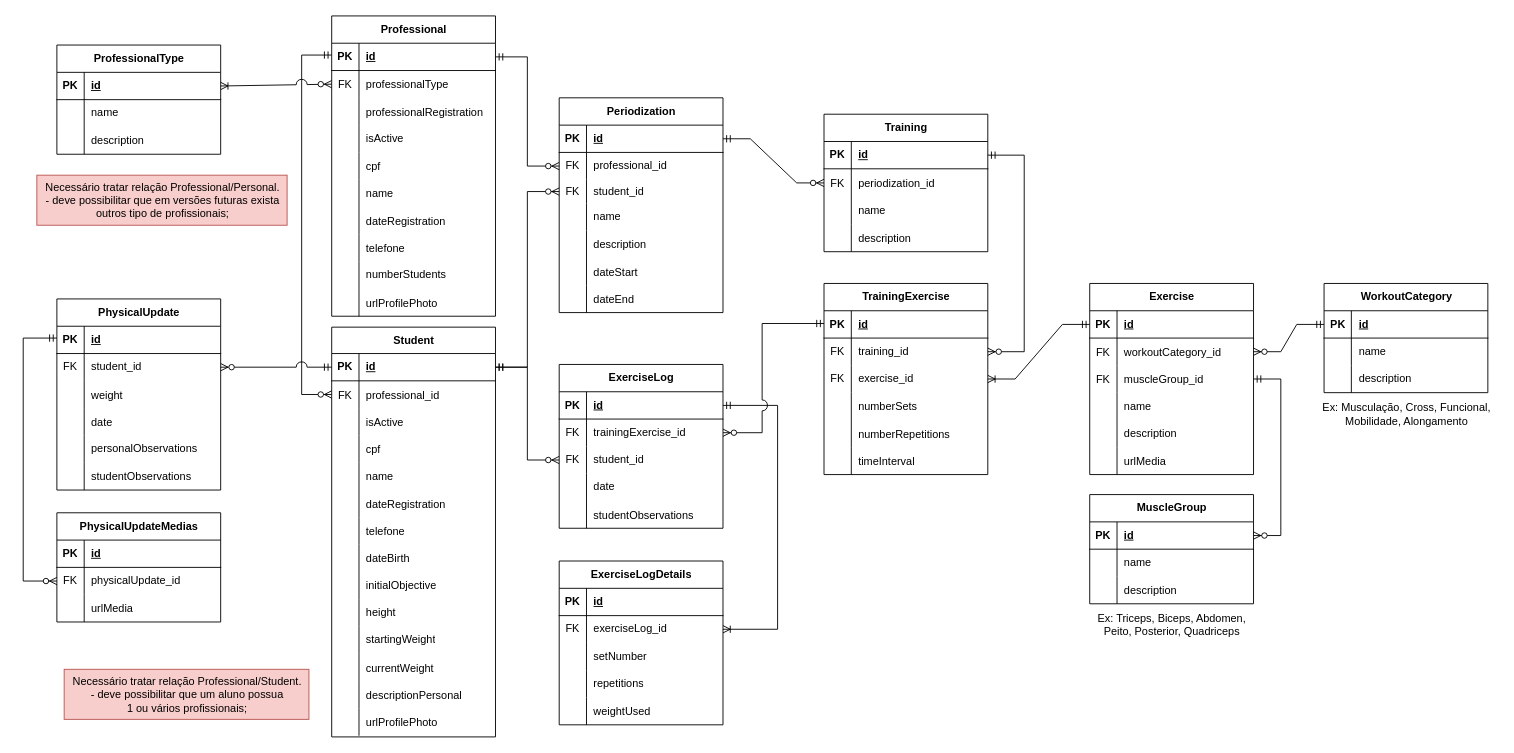
GubioGarcia/Training keeps this draw.io diagram as Docs/Diagrams/ER-v2.drawio. Above is the earlier version. Source tidied: cells renumbered, new cells numbered last; positions are measured from the earlier drawing's top-left corner, leaving out a move shared by most shapes. Both pictures are drawn from the tidied source at 91%, with x=0, y=0 at pixel (23, 15).
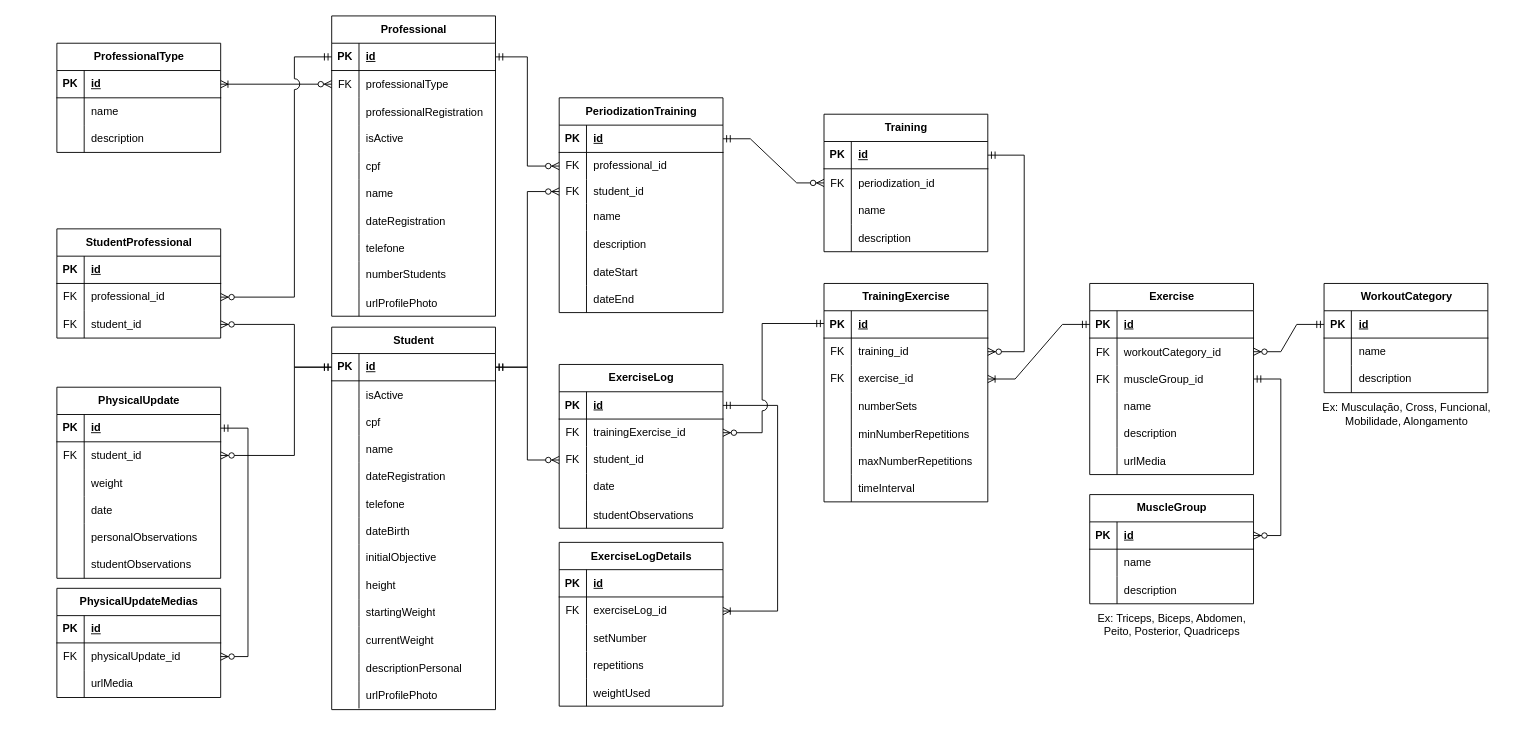
Above is the later version.

Commit message (it also covers changes not shown here):
docs: ER v2 Update - indicação de relação n:n Professional/Student

The change refers to these unchanged cells:
```xml
<mxCell id="3" style="shape=tableRow;horizontal=0;startSize=0;swimlaneHead=0;swimlaneBody=0;fillColor=none;points=[[0,0.5],[1,0.5]];portConstraint=eastwest;top=0;left=0;right=0;bottom=1;" parent="2" vertex="1">
  <mxGeometry y="30" width="180" height="30" as="geometry" />
</mxCell>
<mxCell id="6" style="shape=tableRow;horizontal=0;startSize=0;swimlaneHead=0;swimlaneBody=0;fillColor=none;points=[[0,0.5],[1,0.5]];portConstraint=eastwest;top=0;left=0;right=0;bottom=0;" parent="2" vertex="1">
  <mxGeometry y="60" width="180" height="30" as="geometry" />
</mxCell>
<mxCell id="34" style="shape=tableRow;horizontal=0;startSize=0;swimlaneHead=0;swimlaneBody=0;fillColor=none;points=[[0,0.5],[1,0.5]];portConstraint=eastwest;top=0;left=0;right=0;bottom=1;" parent="33" vertex="1">
  <mxGeometry y="29" width="180" height="30" as="geometry" />
</mxCell>
<mxCell id="144" style="shape=tableRow;horizontal=0;startSize=0;swimlaneHead=0;swimlaneBody=0;fillColor=none;top=0;left=0;right=0;bottom=0;" parent="131" vertex="1">
  <mxGeometry y="150" width="180" height="30" as="geometry" />
</mxCell>
<mxCell id="154" style="shape=tableRow;horizontal=0;startSize=0;swimlaneHead=0;swimlaneBody=0;fillColor=none;points=[[0,0.5],[1,0.5]];portConstraint=eastwest;top=0;left=0;right=0;bottom=1;" parent="153" vertex="1">
  <mxGeometry y="30" width="180" height="30" as="geometry" />
</mxCell>
<mxCell id="174" style="shape=tableRow;horizontal=0;startSize=0;swimlaneHead=0;swimlaneBody=0;fillColor=none;points=[[0,0.5],[1,0.5]];portConstraint=eastwest;top=0;left=0;right=0;bottom=0;" parent="170" vertex="1">
  <mxGeometry y="60" width="180" height="30" as="geometry" />
</mxCell>
<mxCell id="215" style="shape=tableRow;horizontal=0;startSize=0;swimlaneHead=0;swimlaneBody=0;fillColor=none;points=[[0,0.5],[1,0.5]];portConstraint=eastwest;top=0;left=0;right=0;bottom=1;" parent="214" vertex="1">
  <mxGeometry y="30" width="180" height="30" as="geometry" />
</mxCell>
<mxCell id="218" style="shape=tableRow;horizontal=0;startSize=0;swimlaneHead=0;swimlaneBody=0;fillColor=none;points=[[0,0.5],[1,0.5]];portConstraint=eastwest;top=0;left=0;right=0;bottom=0;" parent="214" vertex="1">
  <mxGeometry y="60" width="180" height="30" as="geometry" />
</mxCell>
<mxCell id="238" style="shape=tableRow;horizontal=0;startSize=0;swimlaneHead=0;swimlaneBody=0;fillColor=none;points=[[0,0.5],[1,0.5]];portConstraint=eastwest;top=0;left=0;right=0;bottom=0;" parent="234" vertex="1">
  <mxGeometry y="60" width="180" height="30" as="geometry" />
</mxCell>
<mxCell id="246" style="shape=tableRow;horizontal=0;startSize=0;swimlaneHead=0;swimlaneBody=0;fillColor=none;points=[[0,0.5],[1,0.5]];portConstraint=eastwest;top=0;left=0;right=0;bottom=1;" parent="245" vertex="1">
  <mxGeometry y="30" width="180" height="30" as="geometry" />
</mxCell>
```

Diff of the diagram source:
```diff
@@
     <mxCell id="33" value="Student" style="shape=table;startSize=29;childLayout=tableLayout;rowLines=0;fontStyle=1;align=center;html=1;" parent="1" vertex="1">
-      <mxGeometry x="339" y="342" width="180" height="450.3" as="geometry" />
+      <mxGeometry x="339" y="342" width="180" height="420.3" as="geometry" />
     </mxCell>
@@
-    <mxCell id="37" style="shape=tableRow;horizontal=0;startSize=0;swimlaneHead=0;swimlaneBody=0;fillColor=none;points=[[0,0.5],[1,0.5]];portConstraint=eastwest;top=0;left=0;right=0;bottom=0;" parent="33" vertex="1">
-      <mxGeometry y="59" width="180" height="30" as="geometry" />
-    </mxCell>
-    <mxCell id="38" value="FK" style="shape=partialRectangle;fillColor=none;top=0;left=0;bottom=0;right=0;overflow=hidden;" parent="37" vertex="1">
-      <mxGeometry width="30" height="30" as="geometry" />
-    </mxCell>
-    <mxCell id="39" value="professional_id " style="shape=partialRectangle;fillColor=none;top=0;left=0;bottom=0;right=0;align=left;spacingLeft=6;overflow=hidden;" parent="37" vertex="1">
-      <mxGeometry x="30" width="150" height="30" as="geometry" />
-    </mxCell>
     <mxCell id="40" style="shape=tableRow;horizontal=0;startSize=0;swimlaneHead=0;swimlaneBody=0;fillColor=none;top=0;left=0;right=0;bottom=0;" parent="33" vertex="1">
-      <mxGeometry y="89" width="180" height="30" as="geometry" />
+      <mxGeometry y="59" width="180" height="30" as="geometry" />
     </mxCell>
@@
     <mxCell id="43" style="shape=tableRow;horizontal=0;startSize=0;swimlaneHead=0;swimlaneBody=0;fillColor=none;top=0;left=0;right=0;bottom=0;" parent="33" vertex="1">
-      <mxGeometry y="119" width="180" height="30" as="geometry" />
+      <mxGeometry y="89" width="180" height="30" as="geometry" />
     </mxCell>
@@
     <mxCell id="46" style="shape=tableRow;horizontal=0;startSize=0;swimlaneHead=0;swimlaneBody=0;fillColor=none;top=0;left=0;right=0;bottom=0;" parent="33" vertex="1">
-      <mxGeometry y="149" width="180" height="30" as="geometry" />
+      <mxGeometry y="119" width="180" height="30" as="geometry" />
     </mxCell>
@@
     <mxCell id="49" style="shape=tableRow;horizontal=0;startSize=0;swimlaneHead=0;swimlaneBody=0;fillColor=none;top=0;left=0;right=0;bottom=0;" parent="33" vertex="1">
-      <mxGeometry y="179" width="180" height="30" as="geometry" />
+      <mxGeometry y="149" width="180" height="30" as="geometry" />
     </mxCell>
@@
     <mxCell id="52" style="shape=tableRow;horizontal=0;startSize=0;swimlaneHead=0;swimlaneBody=0;fillColor=none;top=0;left=0;right=0;bottom=0;" parent="33" vertex="1">
-      <mxGeometry y="209" width="180" height="30" as="geometry" />
+      <mxGeometry y="179" width="180" height="30" as="geometry" />
     </mxCell>
@@
     <mxCell id="55" style="shape=tableRow;horizontal=0;startSize=0;swimlaneHead=0;swimlaneBody=0;fillColor=none;top=0;left=0;right=0;bottom=0;" parent="33" vertex="1">
-      <mxGeometry y="239" width="180" height="30" as="geometry" />
+      <mxGeometry y="209" width="180" height="30" as="geometry" />
     </mxCell>
@@
     <mxCell id="58" style="shape=tableRow;horizontal=0;startSize=0;swimlaneHead=0;swimlaneBody=0;fillColor=none;top=0;left=0;right=0;bottom=0;" parent="33" vertex="1">
-      <mxGeometry y="269" width="180" height="30" as="geometry" />
+      <mxGeometry y="239" width="180" height="30" as="geometry" />
     </mxCell>
@@
     <mxCell id="61" style="shape=tableRow;horizontal=0;startSize=0;swimlaneHead=0;swimlaneBody=0;fillColor=none;top=0;left=0;right=0;bottom=0;" parent="33" vertex="1">
-      <mxGeometry y="299" width="180" height="30" as="geometry" />
+      <mxGeometry y="269" width="180" height="30" as="geometry" />
     </mxCell>
@@
     <mxCell id="64" style="shape=tableRow;horizontal=0;startSize=0;swimlaneHead=0;swimlaneBody=0;fillColor=none;top=0;left=0;right=0;bottom=0;" parent="33" vertex="1">
-      <mxGeometry y="329" width="180" height="30" as="geometry" />
+      <mxGeometry y="299" width="180" height="30" as="geometry" />
     </mxCell>
@@
     <mxCell id="67" style="shape=tableRow;horizontal=0;startSize=0;swimlaneHead=0;swimlaneBody=0;fillColor=none;top=0;left=0;right=0;bottom=0;" parent="33" vertex="1">
-      <mxGeometry y="359" width="180" height="30" as="geometry" />
+      <mxGeometry y="329" width="180" height="30" as="geometry" />
     </mxCell>
@@
     <mxCell id="70" style="shape=tableRow;horizontal=0;startSize=0;swimlaneHead=0;swimlaneBody=0;fillColor=none;top=0;left=0;right=0;bottom=0;" parent="33" vertex="1">
-      <mxGeometry y="389" width="180" height="30" as="geometry" />
+      <mxGeometry y="359" width="180" height="30" as="geometry" />
     </mxCell>
@@
     <mxCell id="73" style="shape=tableRow;horizontal=0;startSize=0;swimlaneHead=0;swimlaneBody=0;fillColor=none;top=0;left=0;right=0;bottom=0;" parent="33" vertex="1">
-      <mxGeometry y="419" width="180" height="30" as="geometry" />
+      <mxGeometry y="389" width="180" height="30" as="geometry" />
     </mxCell>
@@
-    <mxCell id="76" value="Periodization" style="shape=table;startSize=30;childLayout=tableLayout;rowLines=0;fontStyle=1;align=center;html=1;" parent="1" vertex="1">
+    <mxCell id="76" value="Periodization&lt;b style=&quot;border-color: var(--border-color);&quot;&gt;Training&lt;/b&gt;" style="shape=table;startSize=30;childLayout=tableLayout;rowLines=0;fontStyle=1;align=center;html=1;" parent="1" vertex="1">
       <mxGeometry x="589" y="90" width="180" height="236" as="geometry" />
     </mxCell>
@@
     <mxCell id="131" value="&lt;b style=&quot;border-color: var(--border-color);&quot;&gt;Training&lt;/b&gt;Exercise" style="shape=table;startSize=30;childLayout=tableLayout;rowLines=0;fontStyle=1;align=center;html=1;" parent="1" vertex="1">
-      <mxGeometry x="880" y="294" width="180" height="210" as="geometry" />
+      <mxGeometry x="880" y="294" width="180" height="240" as="geometry" />
     </mxCell>
@@
-    <mxCell id="146" value="numberRepetitions" style="shape=partialRectangle;fillColor=none;top=0;left=0;bottom=0;right=0;align=left;spacingLeft=6;overflow=hidden;" parent="144" vertex="1">
+    <mxCell id="146" value="minNumberRepetitions" style="shape=partialRectangle;fillColor=none;top=0;left=0;bottom=0;right=0;align=left;spacingLeft=6;overflow=hidden;" parent="144" vertex="1">
       <mxGeometry x="30" width="150" height="30" as="geometry" />
     </mxCell>
+    <mxCell id="258" style="shape=tableRow;horizontal=0;startSize=0;swimlaneHead=0;swimlaneBody=0;fillColor=none;top=0;left=0;right=0;bottom=0;" parent="131" vertex="1">
+      <mxGeometry y="180" width="180" height="30" as="geometry" />
+    </mxCell>
+    <mxCell id="259" style="shape=partialRectangle;fillColor=none;top=0;left=0;bottom=0;right=0;overflow=hidden;" parent="258" vertex="1">
+      <mxGeometry width="30" height="30" as="geometry" />
+    </mxCell>
+    <mxCell id="260" value="maxNumberRepetitions" style="shape=partialRectangle;fillColor=none;top=0;left=0;bottom=0;right=0;align=left;spacingLeft=6;overflow=hidden;" parent="258" vertex="1">
+      <mxGeometry x="30" width="150" height="30" as="geometry" />
+    </mxCell>
     <mxCell id="147" style="shape=tableRow;horizontal=0;startSize=0;swimlaneHead=0;swimlaneBody=0;fillColor=none;top=0;left=0;right=0;bottom=0;" parent="131" vertex="1">
-      <mxGeometry y="180" width="180" height="30" as="geometry" />
+      <mxGeometry y="210" width="180" height="30" as="geometry" />
     </mxCell>
@@
-    <mxCell id="152" style="edgeStyle=orthogonalEdgeStyle;fontSize=12;html=1;endArrow=ERzeroToMany;startArrow=ERmandOne;rounded=0;strokeColor=default;jumpStyle=none;jumpSize=13;" parent="1" edge="1" source="3" target="37">
-      <mxGeometry relative="1" as="geometry">
-        <Array as="points">
-          <mxPoint x="306" y="43" />
-          <mxPoint x="306" y="416" />
-        </Array>
-      </mxGeometry>
-    </mxCell>
@@
     <mxCell id="170" value="ExerciseLogDetails" style="shape=table;startSize=30;childLayout=tableLayout;rowLines=0;fontStyle=1;align=center;html=1;" parent="1" vertex="1">
-      <mxGeometry x="589" y="599" width="180" height="180" as="geometry" />
+      <mxGeometry x="589" y="578.5" width="180" height="180" as="geometry" />
     </mxCell>
@@
     <mxCell id="186" style="edgeStyle=orthogonalEdgeStyle;fontSize=12;html=1;endArrow=ERoneToMany;startArrow=ERmandOne;rounded=0;elbow=vertical;jumpStyle=arc;jumpSize=9;" parent="1" edge="1" source="154" target="174">
       <mxGeometry relative="1" as="geometry">
         <Array as="points">
           <mxPoint x="829" y="428" />
-          <mxPoint x="829" y="674" />
+          <mxPoint x="829" y="654" />
         </Array>
       </mxGeometry>
     </mxCell>
@@
     <mxCell id="214" value="PhysicalUpdate" style="shape=table;startSize=30;childLayout=tableLayout;rowLines=0;fontStyle=1;align=center;html=1;" parent="1" vertex="1">
-      <mxGeometry x="37" y="311" width="180" height="210" as="geometry" />
+      <mxGeometry x="37" y="408" width="180" height="210" as="geometry" />
     </mxCell>
@@
-    <mxCell id="233" style="edgeStyle=entityRelationEdgeStyle;fontSize=12;html=1;endArrow=ERzeroToMany;startArrow=ERmandOne;rounded=0;jumpStyle=arc;jumpSize=12;" parent="1" edge="1" source="34" target="218">
-      <mxGeometry relative="1" as="geometry" />
+    <mxCell id="233" style="edgeStyle=orthogonalEdgeStyle;fontSize=12;html=1;endArrow=ERzeroToMany;startArrow=ERmandOne;rounded=0;jumpStyle=arc;jumpSize=12;" parent="1" edge="1" source="34" target="218">
+      <mxGeometry relative="1" as="geometry">
+        <Array as="points">
+          <mxPoint x="298" y="386" />
+          <mxPoint x="298" y="483" />
+        </Array>
+      </mxGeometry>
     </mxCell>
     <mxCell id="234" value="PhysicalUpdateMedias" style="shape=table;startSize=30;childLayout=tableLayout;rowLines=0;fontStyle=1;align=center;html=1;" parent="1" vertex="1">
-      <mxGeometry x="37" y="546" width="180" height="120" as="geometry" />
+      <mxGeometry x="37" y="629" width="180" height="120" as="geometry" />
     </mxCell>
@@
-    <mxCell id="244" style="edgeStyle=orthogonalEdgeStyle;fontSize=12;html=1;endArrow=ERzeroToMany;startArrow=ERmandOne;rounded=0;strokeColor=default;jumpStyle=none;jumpSize=13;" parent="1" edge="1" source="215" target="238">
-      <mxGeometry relative="1" as="geometry">
-        <Array as="points">
-          <mxPoint y="354" />
-          <mxPoint y="621" />
-        </Array>
-      </mxGeometry>
-    </mxCell>
     <mxCell id="245" value="ProfessionalType" style="shape=table;startSize=30;childLayout=tableLayout;rowLines=0;fontStyle=1;align=center;html=1;" parent="1" vertex="1">
-      <mxGeometry x="37" y="32" width="180" height="120" as="geometry" />
+      <mxGeometry x="37" y="30" width="180" height="120" as="geometry" />
     </mxCell>
@@
-    <mxCell id="255" style="edgeStyle=entityRelationEdgeStyle;fontSize=12;html=1;endArrow=ERoneToMany;startArrow=ERzeroToMany;rounded=0;jumpStyle=arc;jumpSize=12;" parent="1" edge="1" source="6" target="246">
+    <mxCell id="255" style="edgeStyle=orthogonalEdgeStyle;fontSize=12;html=1;endArrow=ERoneToMany;startArrow=ERzeroToMany;rounded=0;jumpStyle=arc;jumpSize=12;" parent="1" edge="1" source="6" target="246">
       <mxGeometry relative="1" as="geometry" />
     </mxCell>
-    <mxCell id="256" value="Necessário tratar relação Professional/Personal.&lt;br&gt;- deve possibilitar que em versões futuras exista&lt;br&gt;outros tipo de profissionais;" style="text;html=1;align=center;verticalAlign=middle;strokeColor=#b85450;fillColor=#f8cecc;" parent="1" vertex="1">
-      <mxGeometry x="15" y="175" width="275" height="55" as="geometry" />
-    </mxCell>
-    <mxCell id="257" value="Necessário tratar relação Professional/Student.&lt;br&gt;- deve possibilitar que um aluno possua&lt;br&gt;1 ou vários profissionais;" style="text;html=1;align=center;verticalAlign=middle;strokeColor=#b85450;fillColor=#f8cecc;" parent="1" vertex="1">
-      <mxGeometry x="45" y="718" width="269" height="55" as="geometry" />
-    </mxCell>
+    <mxCell id="261" value="StudentProfessional" style="shape=table;startSize=30;childLayout=tableLayout;rowLines=0;fontStyle=1;align=center;html=1;" parent="1" vertex="1">
+      <mxGeometry x="37" y="234" width="180" height="120" as="geometry" />
+    </mxCell>
+    <mxCell id="262" style="shape=tableRow;horizontal=0;startSize=0;swimlaneHead=0;swimlaneBody=0;fillColor=none;top=0;left=0;right=0;bottom=1;" parent="261" vertex="1">
+      <mxGeometry y="30" width="180" height="30" as="geometry" />
+    </mxCell>
+    <mxCell id="263" value="PK" style="shape=partialRectangle;fillColor=none;top=0;left=0;bottom=0;right=0;fontStyle=1;overflow=hidden;whiteSpace=wrap;html=1;" parent="262" vertex="1">
+      <mxGeometry width="30" height="30" as="geometry" />
+    </mxCell>
+    <mxCell id="264" value="id" style="shape=partialRectangle;fillColor=none;top=0;left=0;bottom=0;right=0;align=left;spacingLeft=6;fontStyle=5;overflow=hidden;whiteSpace=wrap;html=1;" parent="262" vertex="1">
+      <mxGeometry x="30" width="150" height="30" as="geometry" />
+    </mxCell>
+    <mxCell id="265" style="shape=tableRow;horizontal=0;startSize=0;swimlaneHead=0;swimlaneBody=0;fillColor=none;points=[[0,0.5],[1,0.5]];portConstraint=eastwest;top=0;left=0;right=0;bottom=0;" parent="261" vertex="1">
+      <mxGeometry y="60" width="180" height="30" as="geometry" />
+    </mxCell>
+    <mxCell id="266" value="FK" style="shape=partialRectangle;fillColor=none;top=0;left=0;bottom=0;right=0;overflow=hidden;whiteSpace=wrap;html=1;" parent="265" vertex="1">
+      <mxGeometry width="30" height="30" as="geometry" />
+    </mxCell>
+    <mxCell id="39" value="professional_id" style="shape=partialRectangle;fillColor=none;top=0;left=0;bottom=0;right=0;align=left;spacingLeft=6;overflow=hidden;whiteSpace=wrap;html=1;" parent="265" vertex="1">
+      <mxGeometry x="30" width="150" height="30" as="geometry" />
+    </mxCell>
+    <mxCell id="267" style="shape=tableRow;horizontal=0;startSize=0;swimlaneHead=0;swimlaneBody=0;fillColor=none;points=[[0,0.5],[1,0.5]];portConstraint=eastwest;top=0;left=0;right=0;bottom=0;" parent="261" vertex="1">
+      <mxGeometry y="90" width="180" height="30" as="geometry" />
+    </mxCell>
+    <mxCell id="268" value="FK" style="shape=partialRectangle;fillColor=none;top=0;left=0;bottom=0;right=0;overflow=hidden;whiteSpace=wrap;html=1;" parent="267" vertex="1">
+      <mxGeometry width="30" height="30" as="geometry" />
+    </mxCell>
+    <mxCell id="269" value="student_id" style="shape=partialRectangle;fillColor=none;top=0;left=0;bottom=0;right=0;align=left;spacingLeft=6;overflow=hidden;whiteSpace=wrap;html=1;" parent="267" vertex="1">
+      <mxGeometry x="30" width="150" height="30" as="geometry" />
+    </mxCell>
+    <mxCell id="270" style="edgeStyle=orthogonalEdgeStyle;fontSize=12;html=1;endArrow=ERzeroToMany;startArrow=ERmandOne;rounded=0;jumpStyle=arc;jumpSize=12;" parent="1" edge="1" source="3" target="265">
+      <mxGeometry relative="1" as="geometry">
+        <Array as="points">
+          <mxPoint x="298" y="45" />
+          <mxPoint x="298" y="309" />
+        </Array>
+      </mxGeometry>
+    </mxCell>
+    <mxCell id="271" style="edgeStyle=orthogonalEdgeStyle;fontSize=12;html=1;endArrow=ERzeroToMany;startArrow=ERmandOne;rounded=0;" parent="1" edge="1" source="34" target="267">
+      <mxGeometry relative="1" as="geometry">
+        <Array as="points">
+          <mxPoint x="298" y="386" />
+          <mxPoint x="298" y="339" />
+        </Array>
+      </mxGeometry>
+    </mxCell>
+    <mxCell id="244" style="edgeStyle=entityRelationEdgeStyle;fontSize=12;html=1;endArrow=ERzeroToMany;startArrow=ERmandOne;rounded=0;" parent="1" edge="1" source="215" target="238">
+      <mxGeometry relative="1" as="geometry" />
+    </mxCell>
```
